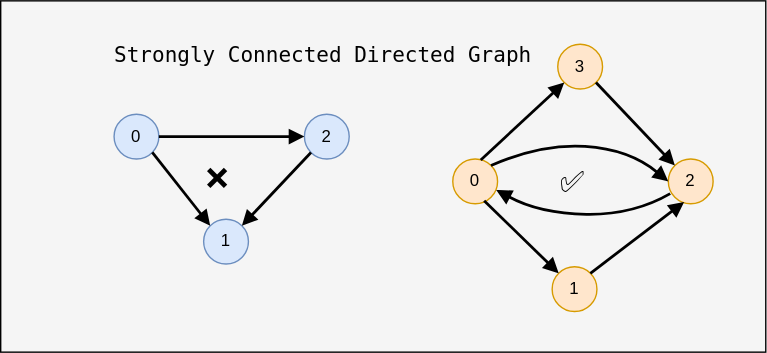
datkumar/code-journal keeps this draw.io diagram as public/diagrams/graph-example-connected-directed.svg. Above is the earlier version. Source tidied: cells renumbered, new cells last; positions are measured from the earlier drawing's top-left corner, leaving out a move shared by most shapes.
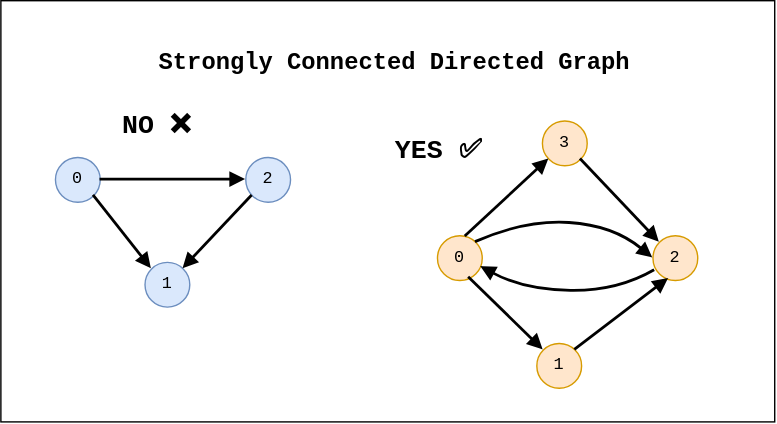
The same file after the commit.

Change to the diagram source:
```diff
@@ -2,58 +2,58 @@
   <root>
     <mxCell id="0" />
     <mxCell id="1" parent="0" />
-    <mxCell id="2" style="rounded=0;whiteSpace=wrap;html=1;fillColor=#f5f5f5;fontColor=#333333;strokeColor=light-dark(#000000,#000000);" parent="1" vertex="1">
-      <mxGeometry width="546.6" height="251" as="geometry" />
+    <mxCell id="2" style="rounded=0;whiteSpace=wrap;html=1;fillColor=light-dark(#FFFFFF,#FFFFFF);fontColor=light-dark(#000000,#000000);strokeColor=light-dark(#000000,#000000);fontFamily=monospace;" parent="1" vertex="1">
+      <mxGeometry x="11" y="-55" width="553" height="301" as="geometry" />
     </mxCell>
-    <mxCell id="3" value="0" style="ellipse;whiteSpace=wrap;html=1;strokeColor=#6c8ebf;fillColor=#dae8fc;fontColor=#000000;" parent="1" vertex="1">
-      <mxGeometry x="81" y="81" width="32" height="32" as="geometry" />
+    <mxCell id="3" value="0" style="ellipse;whiteSpace=wrap;html=1;strokeColor=#6c8ebf;fillColor=#dae8fc;fontColor=light-dark(#000000,#000000);fontFamily=monospace;" parent="1" vertex="1">
+      <mxGeometry x="50" y="57" width="32" height="32" as="geometry" />
     </mxCell>
-    <mxCell id="4" value="1" style="ellipse;whiteSpace=wrap;html=1;strokeColor=#6c8ebf;fillColor=#dae8fc;fontColor=#000000;" parent="1" vertex="1">
-      <mxGeometry x="145" y="156" width="32" height="32" as="geometry" />
+    <mxCell id="4" value="1" style="ellipse;whiteSpace=wrap;html=1;strokeColor=#6c8ebf;fillColor=#dae8fc;fontColor=light-dark(#000000,#000000);fontFamily=monospace;" parent="1" vertex="1">
+      <mxGeometry x="114" y="132" width="32" height="32" as="geometry" />
     </mxCell>
-    <mxCell id="5" value="2" style="ellipse;whiteSpace=wrap;html=1;strokeColor=#6c8ebf;fillColor=#dae8fc;fontColor=#000000;" parent="1" vertex="1">
-      <mxGeometry x="217" y="81" width="32" height="32" as="geometry" />
+    <mxCell id="5" value="2" style="ellipse;whiteSpace=wrap;html=1;strokeColor=#6c8ebf;fillColor=#dae8fc;fontColor=light-dark(#000000,#000000);fontFamily=monospace;" parent="1" vertex="1">
+      <mxGeometry x="186" y="57" width="32" height="32" as="geometry" />
     </mxCell>
-    <mxCell id="6" style="endArrow=block;html=1;rounded=0;strokeWidth=2;exitX=1;exitY=1;exitDx=0;exitDy=0;entryX=0;entryY=0;entryDx=0;entryDy=0;endFill=1;strokeColor=light-dark(#000000,#000000);" parent="1" edge="1" source="3" target="4">
+    <mxCell id="6" style="endArrow=block;html=1;rounded=0;strokeWidth=2;exitX=1;exitY=1;exitDx=0;exitDy=0;entryX=0;entryY=0;entryDx=0;entryDy=0;endFill=1;strokeColor=light-dark(#000000,#000000);fontFamily=monospace;fontColor=light-dark(#000000,#000000);" parent="1" edge="1" source="3" target="4">
       <mxGeometry relative="1" as="geometry" />
     </mxCell>
-    <mxCell id="7" style="endArrow=block;html=1;rounded=0;strokeWidth=2;exitX=0;exitY=1;exitDx=0;exitDy=0;entryX=1;entryY=0;entryDx=0;entryDy=0;endFill=1;strokeColor=light-dark(#000000,#000000);" parent="1" edge="1" source="5" target="4">
+    <mxCell id="7" style="endArrow=block;html=1;rounded=0;strokeWidth=2;exitX=0;exitY=1;exitDx=0;exitDy=0;entryX=1;entryY=0;entryDx=0;entryDy=0;endFill=1;strokeColor=light-dark(#000000,#000000);fontFamily=monospace;fontColor=light-dark(#000000,#000000);" parent="1" edge="1" source="5" target="4">
       <mxGeometry relative="1" as="geometry" />
     </mxCell>
-    <mxCell id="8" value="Strongly Connected Directed Graph" style="text;html=1;align=center;verticalAlign=middle;strokeColor=none;fillColor=none;fontFamily=monospace;fontSize=15;fontColor=light-dark(#000000,#000000);" parent="1" vertex="1">
-      <mxGeometry x="72" y="23" width="316" height="30" as="geometry" />
+    <mxCell id="8" value="Strongly Connected Directed Graph" style="text;html=1;align=center;verticalAlign=middle;strokeColor=none;fillColor=none;fontFamily=monospace;fontSize=17;fontColor=light-dark(#000000,#000000);fontStyle=1;" parent="1" vertex="1">
+      <mxGeometry x="114" y="-26" width="356" height="32" as="geometry" />
     </mxCell>
-    <mxCell id="9" value="❌" style="text;whiteSpace=wrap;html=1;fontSize=21;strokeColor=none;" parent="1" vertex="1">
-      <mxGeometry x="145" y="106.5" width="38" height="38" as="geometry" />
+    <mxCell id="9" value="NO ❌" style="text;whiteSpace=wrap;html=1;fontSize=19;strokeColor=none;fontFamily=monospace;fontStyle=1;fontColor=light-dark(#000000,#000000);" parent="1" vertex="1">
+      <mxGeometry x="96" y="17" width="68" height="38" as="geometry" />
     </mxCell>
-    <mxCell id="10" style="endArrow=block;html=1;rounded=0;strokeWidth=2;exitX=1;exitY=0.5;exitDx=0;exitDy=0;entryX=0;entryY=0.5;entryDx=0;entryDy=0;endFill=1;strokeColor=light-dark(#000000,#000000);" parent="1" edge="1" source="3" target="5">
+    <mxCell id="10" style="endArrow=block;html=1;rounded=0;strokeWidth=2;exitX=1;exitY=0.5;exitDx=0;exitDy=0;entryX=0;entryY=0.5;entryDx=0;entryDy=0;endFill=1;strokeColor=light-dark(#000000,#000000);fontFamily=monospace;fontColor=light-dark(#000000,#000000);" parent="1" edge="1" source="3" target="5">
       <mxGeometry relative="1" as="geometry" />
     </mxCell>
-    <mxCell id="11" value="0" style="ellipse;whiteSpace=wrap;html=1;strokeColor=#d79b00;fillColor=#ffe6cc;fontColor=#000000;" parent="1" vertex="1">
+    <mxCell id="11" value="0" style="ellipse;whiteSpace=wrap;html=1;strokeColor=#d79b00;fillColor=#ffe6cc;fontColor=light-dark(#000000,#000000);fontFamily=monospace;" parent="1" vertex="1">
       <mxGeometry x="323" y="113" width="32" height="32" as="geometry" />
     </mxCell>
-    <mxCell id="12" value="1" style="ellipse;whiteSpace=wrap;html=1;strokeColor=#d79b00;fillColor=#ffe6cc;fontColor=#000000;" parent="1" vertex="1">
+    <mxCell id="12" value="1" style="ellipse;whiteSpace=wrap;html=1;strokeColor=#d79b00;fillColor=#ffe6cc;fontColor=light-dark(#000000,#000000);fontFamily=monospace;" parent="1" vertex="1">
       <mxGeometry x="394" y="190" width="32" height="32" as="geometry" />
     </mxCell>
-    <mxCell id="13" value="2" style="ellipse;whiteSpace=wrap;html=1;strokeColor=#d79b00;fillColor=#ffe6cc;fontColor=#000000;" parent="1" vertex="1">
+    <mxCell id="13" value="2" style="ellipse;whiteSpace=wrap;html=1;strokeColor=#d79b00;fillColor=#ffe6cc;fontColor=light-dark(#000000,#000000);fontFamily=monospace;" parent="1" vertex="1">
       <mxGeometry x="477" y="113" width="32" height="32" as="geometry" />
     </mxCell>
-    <mxCell id="14" style="endArrow=block;html=1;rounded=0;strokeWidth=2;exitX=0.701;exitY=0.931;exitDx=0;exitDy=0;entryX=0;entryY=0;entryDx=0;entryDy=0;endFill=1;exitPerimeter=0;strokeColor=light-dark(#000000,#000000);" parent="1" edge="1" source="11" target="12">
+    <mxCell id="14" style="endArrow=block;html=1;rounded=0;strokeWidth=2;exitX=0.701;exitY=0.931;exitDx=0;exitDy=0;entryX=0;entryY=0;entryDx=0;entryDy=0;endFill=1;exitPerimeter=0;strokeColor=light-dark(#000000,#000000);fontFamily=monospace;fontColor=light-dark(#000000,#000000);" parent="1" edge="1" source="11" target="12">
       <mxGeometry relative="1" as="geometry" />
     </mxCell>
-    <mxCell id="15" style="endArrow=block;html=1;rounded=0;strokeWidth=2;exitX=1;exitY=0;exitDx=0;exitDy=0;entryX=0.353;entryY=0.958;entryDx=0;entryDy=0;endFill=1;entryPerimeter=0;strokeColor=light-dark(#000000,#000000);" parent="1" edge="1" source="12" target="13">
+    <mxCell id="15" style="endArrow=block;html=1;rounded=0;strokeWidth=2;exitX=1;exitY=0;exitDx=0;exitDy=0;entryX=0.353;entryY=0.958;entryDx=0;entryDy=0;endFill=1;entryPerimeter=0;strokeColor=light-dark(#000000,#000000);fontFamily=monospace;fontColor=light-dark(#000000,#000000);" parent="1" edge="1" source="12" target="13">
       <mxGeometry relative="1" as="geometry" />
     </mxCell>
-    <mxCell id="16" value="3" style="ellipse;whiteSpace=wrap;html=1;strokeColor=#d79b00;fillColor=#ffe6cc;fontColor=#000000;" parent="1" vertex="1">
+    <mxCell id="16" value="3" style="ellipse;whiteSpace=wrap;html=1;strokeColor=#d79b00;fillColor=#ffe6cc;fontColor=light-dark(#000000,#000000);fontFamily=monospace;" parent="1" vertex="1">
       <mxGeometry x="398" y="31" width="32" height="32" as="geometry" />
     </mxCell>
-    <mxCell id="17" style="endArrow=block;html=1;rounded=0;strokeWidth=2;exitX=0.625;exitY=0.021;exitDx=0;exitDy=0;entryX=0;entryY=1;entryDx=0;entryDy=0;endFill=1;exitPerimeter=0;strokeColor=light-dark(#000000,#000000);" parent="1" edge="1" source="11" target="16">
+    <mxCell id="17" style="endArrow=block;html=1;rounded=0;strokeWidth=2;exitX=0.625;exitY=0.021;exitDx=0;exitDy=0;entryX=0;entryY=1;entryDx=0;entryDy=0;endFill=1;exitPerimeter=0;strokeColor=light-dark(#000000,#000000);fontFamily=monospace;fontColor=light-dark(#000000,#000000);" parent="1" edge="1" source="11" target="16">
       <mxGeometry relative="1" as="geometry" />
     </mxCell>
-    <mxCell id="18" style="endArrow=block;html=1;rounded=0;strokeWidth=2;exitX=1;exitY=1;exitDx=0;exitDy=0;entryX=0;entryY=0;entryDx=0;entryDy=0;endFill=1;strokeColor=light-dark(#000000,#000000);" parent="1" edge="1" source="16" target="13">
+    <mxCell id="18" style="endArrow=block;html=1;rounded=0;strokeWidth=2;exitX=1;exitY=1;exitDx=0;exitDy=0;entryX=0;entryY=0;entryDx=0;entryDy=0;endFill=1;strokeColor=light-dark(#000000,#000000);fontFamily=monospace;fontColor=light-dark(#000000,#000000);" parent="1" edge="1" source="16" target="13">
       <mxGeometry relative="1" as="geometry" />
     </mxCell>
-    <mxCell id="19" style="curved=1;endArrow=block;html=1;rounded=0;exitX=1;exitY=0;exitDx=0;exitDy=0;entryX=0;entryY=0.5;entryDx=0;entryDy=0;strokeWidth=2;endFill=1;strokeColor=light-dark(#000000,#000000);" parent="1" edge="1" source="11" target="13">
+    <mxCell id="19" style="curved=1;endArrow=block;html=1;rounded=0;exitX=1;exitY=0;exitDx=0;exitDy=0;entryX=0;entryY=0.5;entryDx=0;entryDy=0;strokeWidth=2;endFill=1;strokeColor=light-dark(#000000,#000000);fontFamily=monospace;fontColor=light-dark(#000000,#000000);" parent="1" edge="1" source="11" target="13">
       <mxGeometry relative="1" as="geometry">
         <Array as="points">
           <mxPoint x="386" y="102" />
@@ -61,7 +61,7 @@
         </Array>
       </mxGeometry>
     </mxCell>
-    <mxCell id="20" style="curved=1;endArrow=block;html=1;rounded=0;exitX=0.042;exitY=0.773;exitDx=0;exitDy=0;entryX=0.97;entryY=0.691;entryDx=0;entryDy=0;strokeWidth=2;endFill=1;exitPerimeter=0;entryPerimeter=0;strokeColor=light-dark(#000000,#000000);" parent="1" edge="1" source="13" target="11">
+    <mxCell id="20" style="curved=1;endArrow=block;html=1;rounded=0;exitX=0.042;exitY=0.773;exitDx=0;exitDy=0;entryX=0.97;entryY=0.691;entryDx=0;entryDy=0;strokeWidth=2;endFill=1;exitPerimeter=0;entryPerimeter=0;strokeColor=light-dark(#000000,#000000);fontFamily=monospace;fontColor=light-dark(#000000,#000000);" parent="1" edge="1" source="13" target="11">
       <mxGeometry relative="1" as="geometry">
         <Array as="points">
           <mxPoint x="452" y="153" />
@@ -69,8 +69,8 @@
         </Array>
       </mxGeometry>
     </mxCell>
-    <mxCell id="21" value="✅" style="text;whiteSpace=wrap;html=1;fontSize=21;strokeColor=none;" parent="1" vertex="1">
-      <mxGeometry x="398" y="109.5" width="43" height="39" as="geometry" />
+    <mxCell id="21" value="YES ✅" style="text;whiteSpace=wrap;html=1;fontSize=19;strokeColor=none;fontFamily=monospace;fontStyle=1;fontColor=light-dark(#000000,#000000);" parent="1" vertex="1">
+      <mxGeometry x="290.5" y="35" width="97" height="39" as="geometry" />
     </mxCell>
   </root>
 </mxGraphModel>
```
